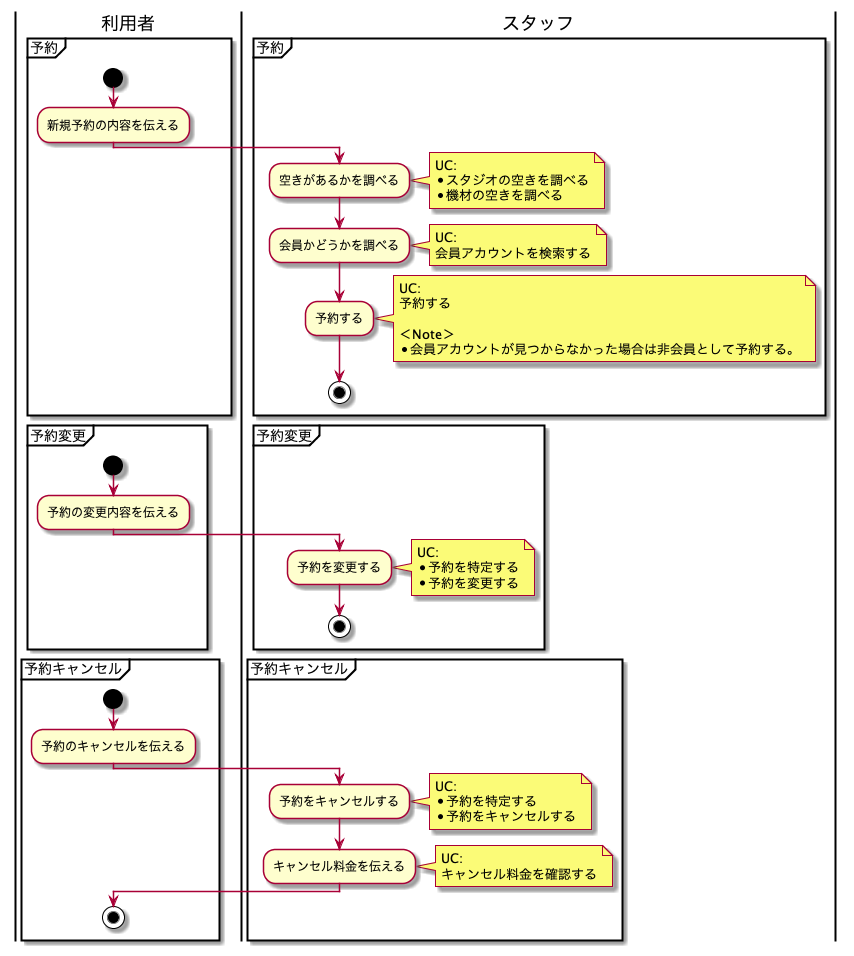
Before: modeling/BusinessFlow_予約_電話予約_店頭予約/BusinessFlow.png, a diagram exported from PlantUML (TakashiOnawa/ddd-practice-studio-reservation).
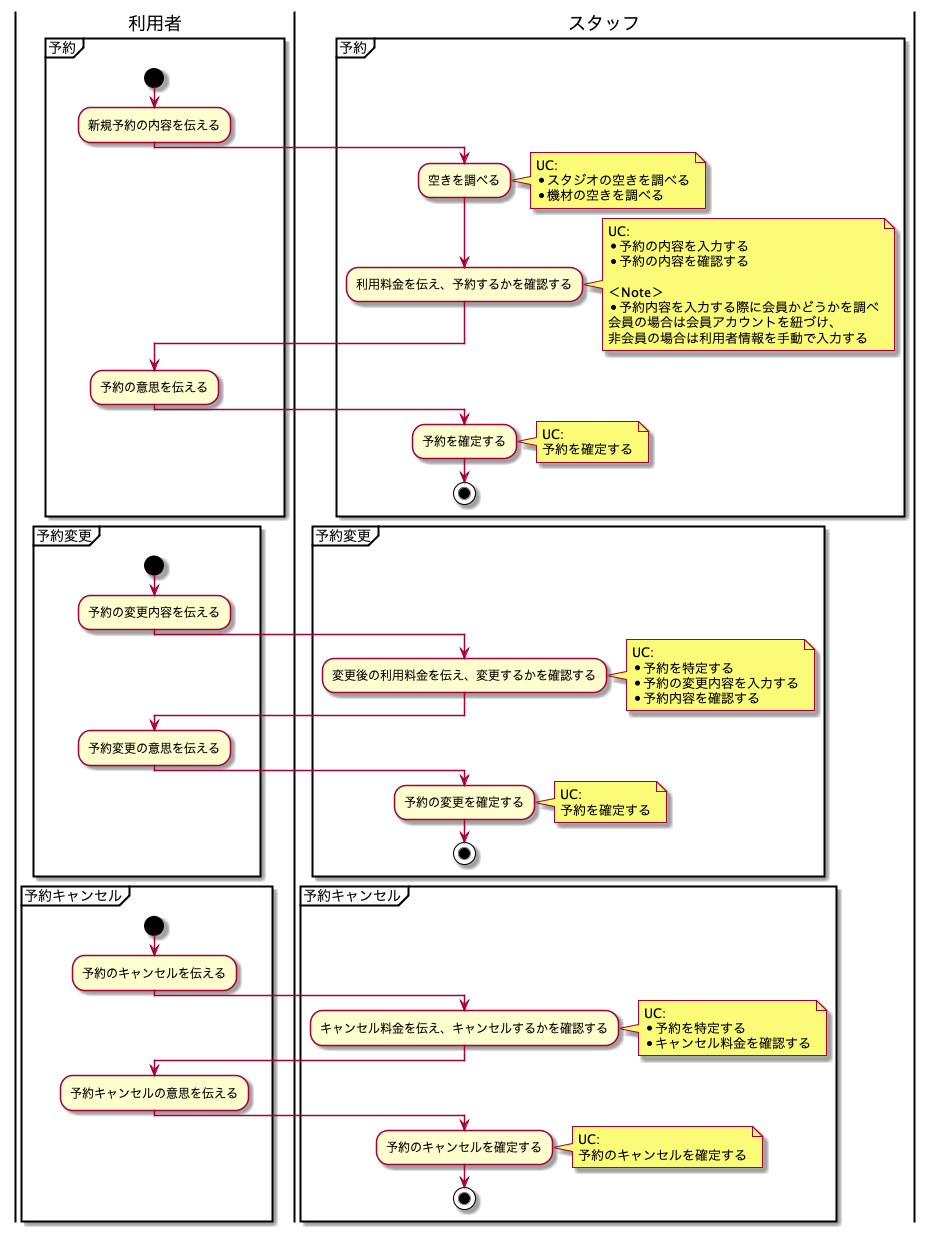
The same file after the commit.

Change to the diagram source:
```diff
@@ -6,25 +6,33 @@
     :新規予約の内容を伝える;
 
     |スタッフ|
-    :空きがあるかを調べる;
+    :空きを調べる;
     note right
     UC:
     * スタジオの空きを調べる
     * 機材の空きを調べる
     end note
 
-    :会員かどうかを調べる;
+    :利用料金を伝え、予約するかを確認する;
     note right
     UC:
-    会員アカウントを検索する
+    * 予約の内容を入力する
+    * 予約の内容を確認する
+
+    ＜Note＞
+    * 予約内容を入力する際に会員かどうかを調べ
+    会員の場合は会員アカウントを紐づけ、
+    非会員の場合は利用者情報を手動で入力する
     end note
-    :予約する;
+
+    |利用者|
+    :予約の意思を伝える;
+
+    |スタッフ|
+    :予約を確定する;
     note right
     UC:
-    予約する
-
-    ＜Note＞
-    * 会員アカウントが見つからなかった場合は非会員として予約する。
+    予約を確定する
     end note
     stop
 }
@@ -36,11 +44,22 @@
     :予約の変更内容を伝える;
 
     |スタッフ|
-    :予約を変更する;
+    :変更後の利用料金を伝え、変更するかを確認する;
     note right
     UC:
     * 予約を特定する
-    * 予約を変更する
+    * 予約の変更内容を入力する
+    * 予約内容を確認する
+    end note
+
+    |利用者|
+    :予約変更の意思を伝える;
+
+    |スタッフ|
+    :予約の変更を確定する;
+    note right
+    UC:
+    予約を確定する
     end note
     stop
 }
@@ -52,19 +71,22 @@
     :予約のキャンセルを伝える;
 
     |スタッフ|
-    :予約をキャンセルする;
+    :キャンセル料金を伝え、キャンセルするかを確認する;
     note right
     UC:
     * 予約を特定する
-    * 予約をキャンセルする
-    end note
-    :キャンセル料金を伝える;
-    note right
-    UC:
-    キャンセル料金を確認する
+    * キャンセル料金を確認する
     end note
 
     |利用者|
+    :予約キャンセルの意思を伝える;
+
+    |スタッフ|
+    :予約のキャンセルを確定する;
+    note right
+    UC:
+    予約のキャンセルを確定する
+    end note
     stop
 }
 
```
